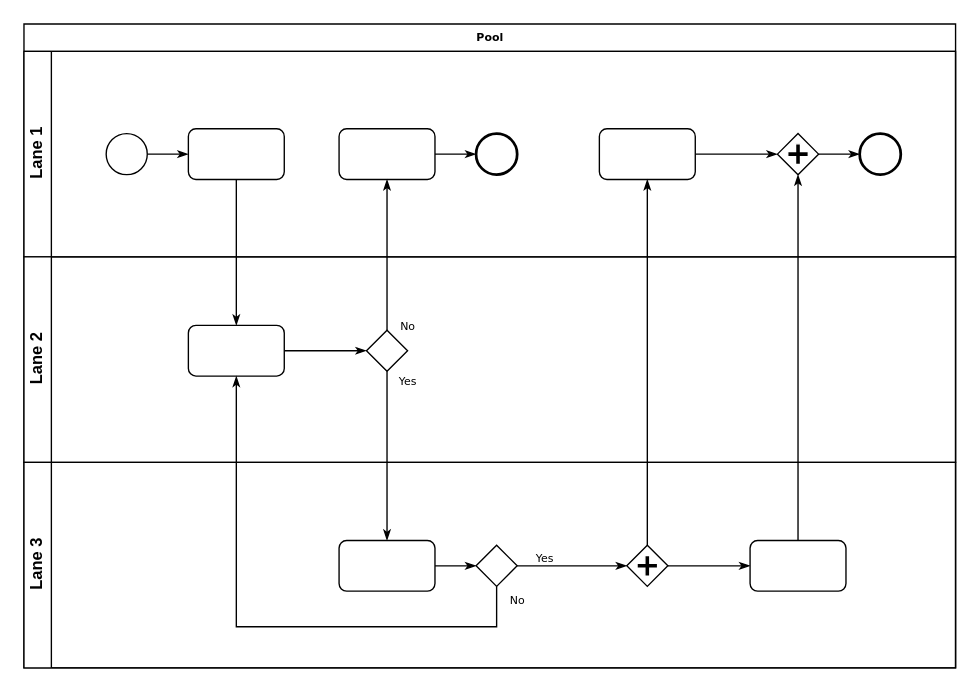
Before: ErrorTracking.drawio in denniskano/miProyecto, a draw.io diagram. Source tidied: cells renumbered, new cells numbered last; positions are measured from the earlier drawing's top-left corner, leaving out a move shared by most shapes. Both pictures are drawn from the tidied source at 137%, with x=0, y=0 at pixel (23, 23).
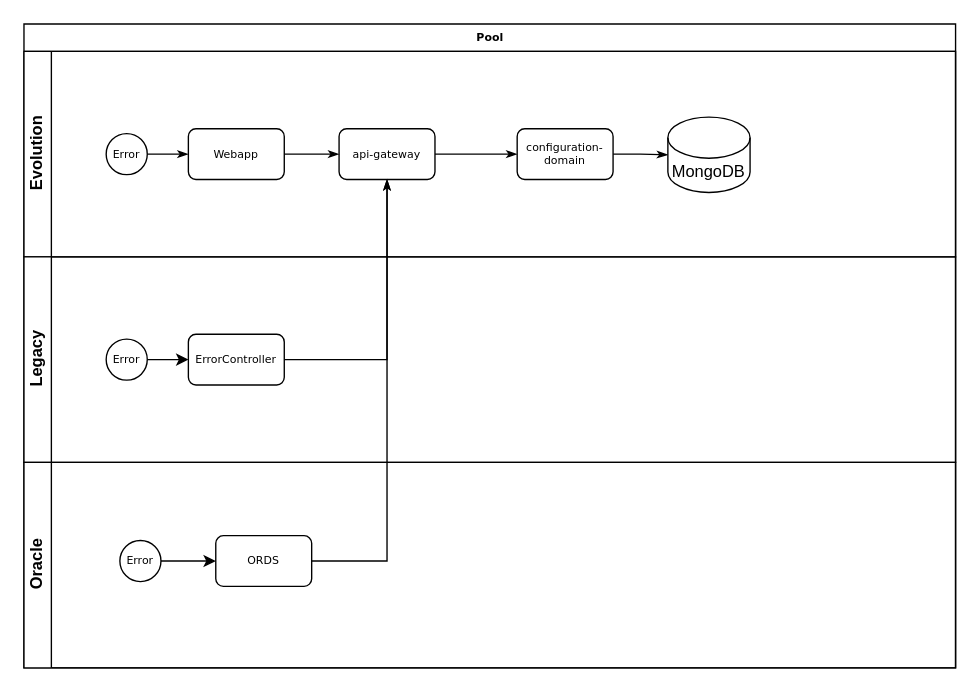
After the change.

The change refers to these unchanged cells:
```xml
<mxCell id="2" value="Pool" style="swimlane;html=1;horizontal=1;startSize=20;rounded=0;shadow=0;labelBackgroundColor=none;strokeWidth=1;fontFamily=Verdana;fontSize=8;align=center;" parent="1" vertex="1">
  <mxGeometry width="680" height="470" as="geometry" />
</mxCell>
```

Diff of the diagram source:
```diff
@@
-    <mxCell id="3" value="Lane 1" style="swimlane;html=1;startSize=20;horizontal=0;" parent="2" vertex="1">
+    <mxCell id="3" value="Evolution" style="swimlane;html=1;startSize=20;horizontal=0;" parent="2" vertex="1">
       <mxGeometry y="20" width="680" height="150" as="geometry" />
     </mxCell>
@@
-    <mxCell id="5" style="ellipse;whiteSpace=wrap;html=1;rounded=0;shadow=0;labelBackgroundColor=none;strokeWidth=1;fontFamily=Verdana;fontSize=8;align=center;" parent="3" vertex="1">
+    <mxCell id="5" value="Error" style="ellipse;whiteSpace=wrap;html=1;rounded=0;shadow=0;labelBackgroundColor=none;strokeWidth=1;fontFamily=Verdana;fontSize=8;align=center;" parent="3" vertex="1">
       <mxGeometry x="60" y="60" width="30" height="30" as="geometry" />
     </mxCell>
-    <mxCell id="6" style="rounded=1;whiteSpace=wrap;html=1;shadow=0;labelBackgroundColor=none;strokeWidth=1;fontFamily=Verdana;fontSize=8;align=center;" parent="3" vertex="1">
+    <mxCell id="6" value="Webapp" style="rounded=1;whiteSpace=wrap;html=1;shadow=0;labelBackgroundColor=none;strokeWidth=1;fontFamily=Verdana;fontSize=8;align=center;" parent="3" vertex="1">
       <mxGeometry x="120" y="56.5" width="70" height="37" as="geometry" />
     </mxCell>
-    <mxCell id="7" style="edgeStyle=orthogonalEdgeStyle;rounded=0;html=1;labelBackgroundColor=none;startArrow=none;startFill=0;startSize=5;endArrow=classicThin;endFill=1;endSize=5;jettySize=auto;strokeWidth=1;fontFamily=Verdana;fontSize=8;" parent="3" edge="1" source="8" target="9">
+    <mxCell id="7" style="edgeStyle=orthogonalEdgeStyle;rounded=0;html=1;labelBackgroundColor=none;startArrow=none;startFill=0;startSize=5;endArrow=classicThin;endFill=1;endSize=5;jettySize=auto;strokeWidth=1;fontFamily=Verdana;fontSize=8;" parent="3" edge="1" source="8" target="11">
       <mxGeometry relative="1" as="geometry" />
     </mxCell>
-    <mxCell id="8" style="rounded=1;whiteSpace=wrap;html=1;shadow=0;labelBackgroundColor=none;strokeWidth=1;fontFamily=Verdana;fontSize=8;align=center;" parent="3" vertex="1">
+    <mxCell id="8" value="api-gateway" style="rounded=1;whiteSpace=wrap;html=1;shadow=0;labelBackgroundColor=none;strokeWidth=1;fontFamily=Verdana;fontSize=8;align=center;" parent="3" vertex="1">
       <mxGeometry x="230" y="56.5" width="70" height="37" as="geometry" />
     </mxCell>
-    <mxCell id="9" style="ellipse;whiteSpace=wrap;html=1;rounded=0;shadow=0;labelBackgroundColor=none;strokeWidth=2;fontFamily=Verdana;fontSize=8;align=center;" parent="3" vertex="1">
-      <mxGeometry x="330" y="60" width="30" height="30" as="geometry" />
-    </mxCell>
-    <mxCell id="10" style="edgeStyle=orthogonalEdgeStyle;rounded=0;html=1;entryX=0;entryY=0.5;labelBackgroundColor=none;startArrow=none;startFill=0;startSize=5;endArrow=classicThin;endFill=1;endSize=5;jettySize=auto;strokeWidth=1;fontFamily=Verdana;fontSize=8;" parent="3" edge="1" source="11" target="13">
+    <mxCell id="10" style="edgeStyle=orthogonalEdgeStyle;rounded=0;html=1;labelBackgroundColor=none;startArrow=none;startFill=0;startSize=5;endArrow=classicThin;endFill=1;endSize=5;jettySize=auto;strokeWidth=1;fontFamily=Verdana;fontSize=8;" parent="3" edge="1" source="11" target="33">
       <mxGeometry relative="1" as="geometry" />
     </mxCell>
-    <mxCell id="11" style="rounded=1;whiteSpace=wrap;html=1;shadow=0;labelBackgroundColor=none;strokeWidth=1;fontFamily=Verdana;fontSize=8;align=center;" parent="3" vertex="1">
-      <mxGeometry x="420" y="56.5" width="70" height="37" as="geometry" />
+    <mxCell id="11" value="configuration-domain" style="rounded=1;whiteSpace=wrap;html=1;shadow=0;labelBackgroundColor=none;strokeWidth=1;fontFamily=Verdana;fontSize=8;align=center;" parent="3" vertex="1">
+      <mxGeometry x="360" y="56.5" width="70" height="37" as="geometry" />
     </mxCell>
-    <mxCell id="12" style="edgeStyle=orthogonalEdgeStyle;rounded=0;html=1;labelBackgroundColor=none;startArrow=none;startFill=0;startSize=5;endArrow=classicThin;endFill=1;endSize=5;jettySize=auto;strokeWidth=1;fontFamily=Verdana;fontSize=8;" parent="3" edge="1" source="13" target="14">
-      <mxGeometry relative="1" as="geometry" />
-    </mxCell>
-    <mxCell id="13" style="shape=mxgraph.bpmn.shape;html=1;verticalLabelPosition=bottom;labelBackgroundColor=#ffffff;verticalAlign=top;perimeter=rhombusPerimeter;background=gateway;outline=none;symbol=parallelGw;rounded=1;shadow=0;strokeWidth=1;fontFamily=Verdana;fontSize=8;align=center;" parent="3" vertex="1">
-      <mxGeometry x="550" y="60" width="30" height="30" as="geometry" />
-    </mxCell>
-    <mxCell id="14" style="ellipse;whiteSpace=wrap;html=1;rounded=0;shadow=0;labelBackgroundColor=none;strokeWidth=2;fontFamily=Verdana;fontSize=8;align=center;" parent="3" vertex="1">
-      <mxGeometry x="610" y="60" width="30" height="30" as="geometry" />
-    </mxCell>
+    <mxCell id="27" style="edgeStyle=orthogonalEdgeStyle;rounded=0;html=1;labelBackgroundColor=none;startArrow=none;startFill=0;startSize=5;endArrow=classicThin;endFill=1;endSize=5;jettySize=auto;strokeWidth=1;fontFamily=Verdana;fontSize=8;" parent="3" edge="1" source="6" target="8">
+      <mxGeometry relative="1" as="geometry" />
+    </mxCell>
+    <mxCell id="33" value="MongoDB" style="shape=cylinder3;whiteSpace=wrap;html=1;boundedLbl=1;backgroundOutline=1;size=15;" parent="3" vertex="1">
+      <mxGeometry x="470" y="48" width="60" height="55" as="geometry" />
+    </mxCell>
-    <mxCell id="15" value="Lane 2" style="swimlane;html=1;startSize=20;horizontal=0;" parent="2" vertex="1">
+    <mxCell id="15" value="Legacy" style="swimlane;html=1;startSize=20;horizontal=0;" parent="2" vertex="1">
       <mxGeometry y="170" width="680" height="150" as="geometry" />
     </mxCell>
+    <mxCell id="17" value="ErrorController" style="rounded=1;whiteSpace=wrap;html=1;shadow=0;labelBackgroundColor=none;strokeWidth=1;fontFamily=Verdana;fontSize=8;align=center;" parent="15" vertex="1">
+      <mxGeometry x="120" y="56.5" width="70" height="37" as="geometry" />
+    </mxCell>
+    <mxCell id="34" style="edgeStyle=orthogonalEdgeStyle;rounded=0;jettySize=auto;html=1;" parent="15" edge="1" source="35" target="17">
+      <mxGeometry relative="1" as="geometry" />
+    </mxCell>
+    <mxCell id="35" value="Error" style="ellipse;whiteSpace=wrap;html=1;rounded=0;shadow=0;labelBackgroundColor=none;strokeWidth=1;fontFamily=Verdana;fontSize=8;align=center;" parent="15" vertex="1">
+      <mxGeometry x="60" y="60" width="30" height="30" as="geometry" />
+    </mxCell>
+    <mxCell id="19" value="Oracle" style="swimlane;html=1;startSize=20;horizontal=0;" parent="2" vertex="1">
+      <mxGeometry y="320" width="680" height="150" as="geometry" />
+    </mxCell>
+    <mxCell id="21" value="ORDS" style="rounded=1;whiteSpace=wrap;html=1;shadow=0;labelBackgroundColor=none;strokeWidth=1;fontFamily=Verdana;fontSize=8;align=center;" parent="19" vertex="1">
+      <mxGeometry x="140" y="53.5" width="70" height="37" as="geometry" />
+    </mxCell>
+    <mxCell id="36" style="edgeStyle=orthogonalEdgeStyle;rounded=0;jettySize=auto;html=1;" parent="19" edge="1" source="37" target="21">
+      <mxGeometry relative="1" as="geometry" />
+    </mxCell>
+    <mxCell id="37" value="Error" style="ellipse;whiteSpace=wrap;html=1;rounded=0;shadow=0;labelBackgroundColor=none;strokeWidth=1;fontFamily=Verdana;fontSize=8;align=center;" parent="19" vertex="1">
+      <mxGeometry x="70" y="57" width="30" height="30" as="geometry" />
+    </mxCell>
-    <mxCell id="16" style="edgeStyle=orthogonalEdgeStyle;rounded=0;html=1;labelBackgroundColor=none;startArrow=none;startFill=0;startSize=5;endArrow=classicThin;endFill=1;endSize=5;jettySize=auto;strokeWidth=1;fontFamily=Verdana;fontSize=8;" parent="15" edge="1" source="17" target="18">
+    <mxCell id="16" style="edgeStyle=orthogonalEdgeStyle;rounded=0;html=1;labelBackgroundColor=none;startArrow=none;startFill=0;startSize=5;endArrow=classicThin;endFill=1;endSize=5;jettySize=auto;strokeWidth=1;fontFamily=Verdana;fontSize=8;entryX=0.5;entryY=1;entryDx=0;entryDy=0;" parent="2" edge="1" source="17" target="8">
       <mxGeometry relative="1" as="geometry" />
     </mxCell>
-    <mxCell id="17" style="rounded=1;whiteSpace=wrap;html=1;shadow=0;labelBackgroundColor=none;strokeWidth=1;fontFamily=Verdana;fontSize=8;align=center;" parent="15" vertex="1">
-      <mxGeometry x="120" y="50" width="70" height="37" as="geometry" />
-    </mxCell>
-    <mxCell id="18" style="strokeWidth=1;html=1;shape=mxgraph.flowchart.decision;whiteSpace=wrap;rounded=1;shadow=0;labelBackgroundColor=none;fontFamily=Verdana;fontSize=8;align=center;" parent="15" vertex="1">
-      <mxGeometry x="250" y="53.5" width="30" height="30" as="geometry" />
-    </mxCell>
-    <mxCell id="19" value="Lane 3" style="swimlane;html=1;startSize=20;horizontal=0;" parent="2" vertex="1">
-      <mxGeometry y="320" width="680" height="150" as="geometry" />
-    </mxCell>
-    <mxCell id="20" style="edgeStyle=orthogonalEdgeStyle;rounded=0;html=1;labelBackgroundColor=none;startArrow=none;startFill=0;startSize=5;endArrow=classicThin;endFill=1;endSize=5;jettySize=auto;strokeWidth=1;fontFamily=Verdana;fontSize=8;" parent="19" edge="1" source="21" target="23">
+    <mxCell id="20" style="edgeStyle=orthogonalEdgeStyle;rounded=0;html=1;labelBackgroundColor=none;startArrow=none;startFill=0;startSize=5;endArrow=classicThin;endFill=1;endSize=5;jettySize=auto;strokeWidth=1;fontFamily=Verdana;fontSize=8;" parent="2" edge="1" source="21" target="8">
       <mxGeometry relative="1" as="geometry" />
     </mxCell>
-    <mxCell id="21" style="rounded=1;whiteSpace=wrap;html=1;shadow=0;labelBackgroundColor=none;strokeWidth=1;fontFamily=Verdana;fontSize=8;align=center;" parent="19" vertex="1">
-      <mxGeometry x="230" y="57" width="70" height="37" as="geometry" />
-    </mxCell>
-    <mxCell id="22" value="Yes" style="edgeStyle=orthogonalEdgeStyle;rounded=0;html=1;entryX=0;entryY=0.5;labelBackgroundColor=none;startArrow=none;startFill=0;startSize=5;endArrow=classicThin;endFill=1;endSize=5;jettySize=auto;strokeWidth=1;fontFamily=Verdana;fontSize=8;" parent="19" edge="1" source="23" target="25">
-      <mxGeometry x="-0.5" y="6" relative="1" as="geometry" />
-    </mxCell>
-    <mxCell id="23" style="strokeWidth=1;html=1;shape=mxgraph.flowchart.decision;whiteSpace=wrap;rounded=1;shadow=0;labelBackgroundColor=none;fontFamily=Verdana;fontSize=8;align=center;" parent="19" vertex="1">
-      <mxGeometry x="330" y="60.5" width="30" height="30" as="geometry" />
-    </mxCell>
-    <mxCell id="24" style="edgeStyle=orthogonalEdgeStyle;rounded=0;html=1;labelBackgroundColor=none;startArrow=none;startFill=0;startSize=5;endArrow=classicThin;endFill=1;endSize=5;jettySize=auto;strokeColor=#000000;strokeWidth=1;fontFamily=Verdana;fontSize=8;fontColor=#000000;" parent="19" edge="1" source="25" target="26">
-      <mxGeometry relative="1" as="geometry" />
-    </mxCell>
-    <mxCell id="25" style="shape=mxgraph.bpmn.shape;html=1;verticalLabelPosition=bottom;labelBackgroundColor=#ffffff;verticalAlign=top;perimeter=rhombusPerimeter;background=gateway;outline=none;symbol=parallelGw;rounded=1;shadow=0;strokeWidth=1;fontFamily=Verdana;fontSize=8;align=center;" parent="19" vertex="1">
-      <mxGeometry x="440" y="60.5" width="30" height="30" as="geometry" />
-    </mxCell>
-    <mxCell id="26" style="rounded=1;whiteSpace=wrap;html=1;shadow=0;labelBackgroundColor=none;strokeWidth=1;fontFamily=Verdana;fontSize=8;align=center;" parent="19" vertex="1">
-      <mxGeometry x="530" y="57" width="70" height="37" as="geometry" />
-    </mxCell>
-    <mxCell id="27" style="edgeStyle=orthogonalEdgeStyle;rounded=0;html=1;labelBackgroundColor=none;startArrow=none;startFill=0;startSize=5;endArrow=classicThin;endFill=1;endSize=5;jettySize=auto;strokeWidth=1;fontFamily=Verdana;fontSize=8;" parent="2" edge="1" source="6" target="17">
-      <mxGeometry relative="1" as="geometry" />
-    </mxCell>
-    <mxCell id="28" value="No" style="edgeStyle=orthogonalEdgeStyle;rounded=0;html=1;labelBackgroundColor=none;startArrow=none;startFill=0;startSize=5;endArrow=classicThin;endFill=1;endSize=5;jettySize=auto;strokeWidth=1;fontFamily=Verdana;fontSize=8;" parent="2" edge="1" source="18" target="8">
-      <mxGeometry x="-0.94" y="-15" relative="1" as="geometry" />
-    </mxCell>
-    <mxCell id="29" value="Yes" style="edgeStyle=orthogonalEdgeStyle;rounded=0;html=1;labelBackgroundColor=none;startArrow=none;startFill=0;startSize=5;endArrow=classicThin;endFill=1;endSize=5;jettySize=auto;strokeWidth=1;fontFamily=Verdana;fontSize=8;" parent="2" edge="1" source="18" target="21">
-      <mxGeometry x="-0.89" y="15" relative="1" as="geometry" />
-    </mxCell>
-    <mxCell id="30" style="edgeStyle=orthogonalEdgeStyle;rounded=0;html=1;entryX=0.5;entryY=1;labelBackgroundColor=none;startArrow=none;startFill=0;startSize=5;endArrow=classicThin;endFill=1;endSize=5;jettySize=auto;strokeWidth=1;fontFamily=Verdana;fontSize=8;" parent="2" edge="1" source="26" target="13">
-      <mxGeometry relative="1" as="geometry" />
-    </mxCell>
-    <mxCell id="31" value="No" style="edgeStyle=orthogonalEdgeStyle;rounded=0;html=1;labelBackgroundColor=none;startArrow=none;startFill=0;startSize=5;endArrow=classicThin;endFill=1;endSize=5;jettySize=auto;strokeWidth=1;fontFamily=Verdana;fontSize=8;" parent="2" edge="1" source="23" target="17">
-      <mxGeometry x="-0.95" y="15" relative="1" as="geometry">
-        <Array as="points">
-          <mxPoint x="345" y="440" />
-          <mxPoint x="155" y="440" />
-        </Array>
-      </mxGeometry>
-    </mxCell>
-    <mxCell id="32" style="edgeStyle=orthogonalEdgeStyle;rounded=0;html=1;labelBackgroundColor=none;startArrow=none;startFill=0;startSize=5;endArrow=classicThin;endFill=1;endSize=5;jettySize=auto;strokeWidth=1;fontFamily=Verdana;fontSize=8;" parent="2" edge="1" source="25" target="11">
-      <mxGeometry relative="1" as="geometry" />
-    </mxCell>
```
